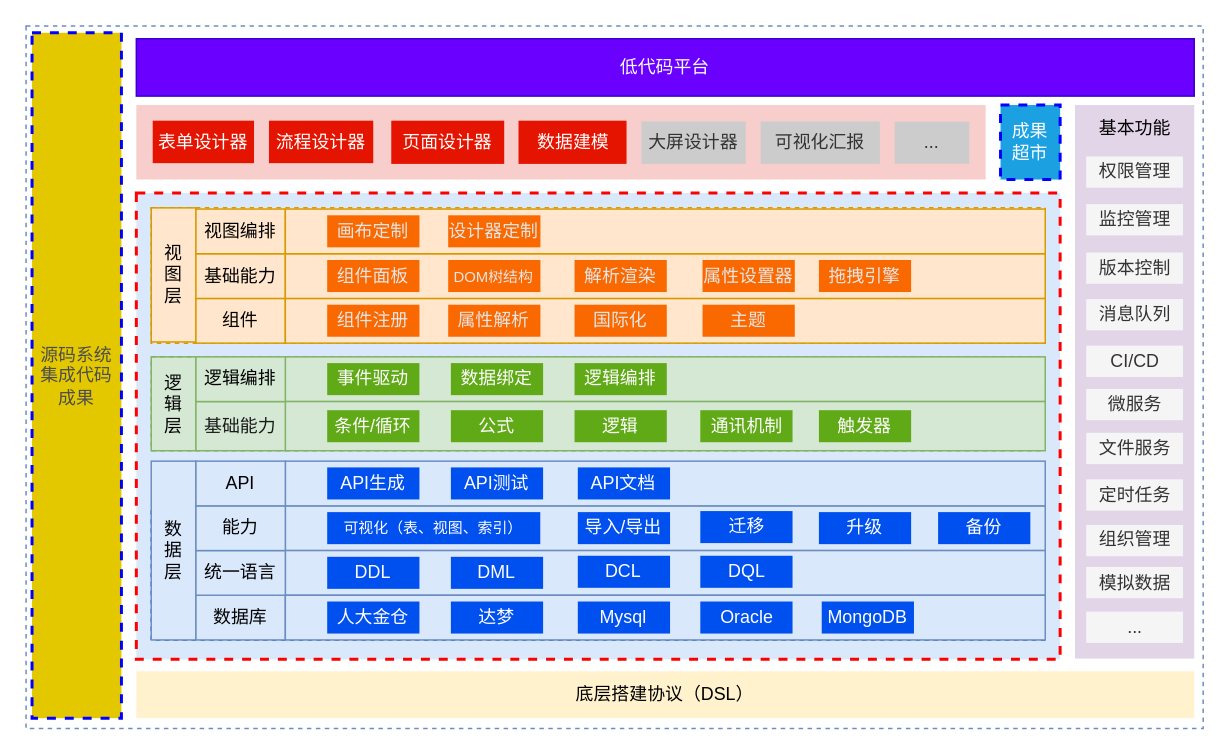
Before: 低代码—泳道图—研究内容.drawio in tangyaosimida/love, a draw.io diagram. Source tidied: cells renumbered, new cells numbered last; positions are measured from the earlier drawing's top-left corner, leaving out a move shared by most shapes. Both pictures are drawn from the tidied source at 149%, with x=0, y=0 at pixel (25, 25).
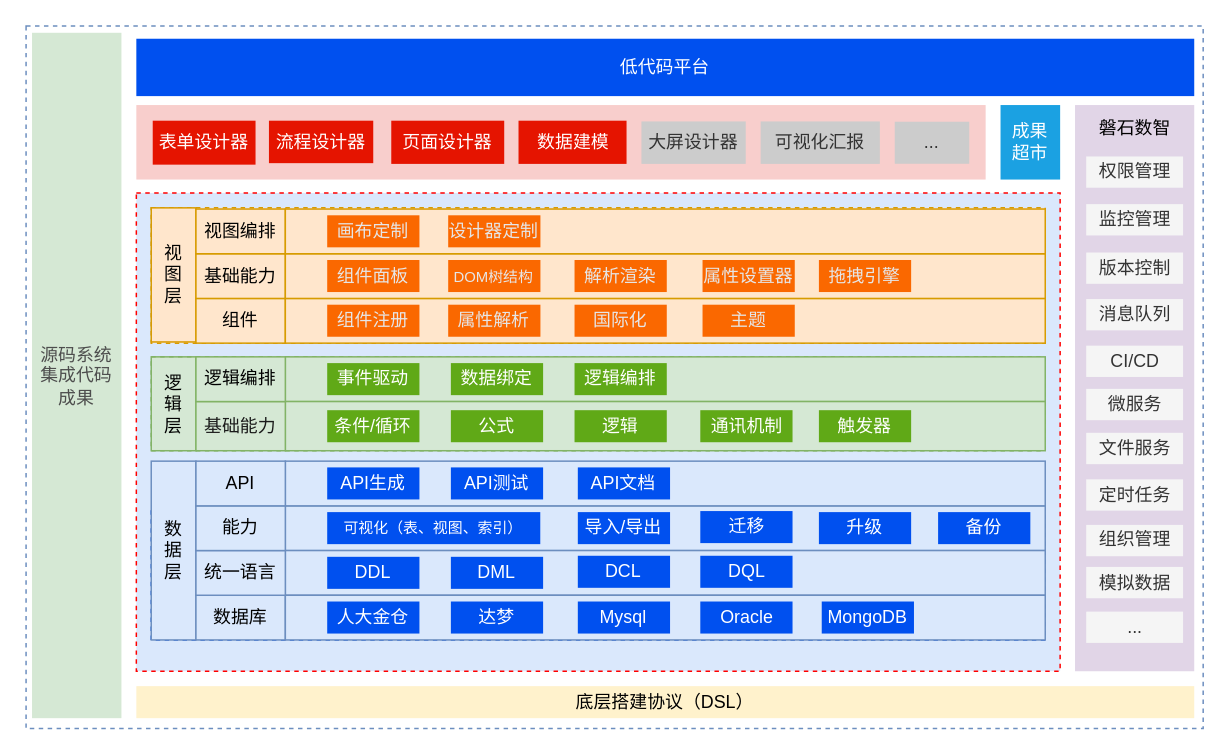
The same diagram, later.

Commit message (it also covers changes not shown here):
更新低代码—泳道图—研究内容.drawio

Diff of the diagram source:
```diff
@@
-    <mxCell id="3" style="rounded=0;whiteSpace=wrap;html=1;fillColor=#dae8fc;strokeColor=#FF0000;dashed=1;strokeWidth=2;" parent="1" vertex="1">
-      <mxGeometry x="74" y="112" width="620" height="313" as="geometry" />
+    <mxCell id="3" style="rounded=0;whiteSpace=wrap;html=1;fillColor=#dae8fc;strokeColor=#FF0000;dashed=1;strokeWidth=1;" parent="1" vertex="1">
+      <mxGeometry x="74" y="112" width="620" height="321" as="geometry" />
     </mxCell>
@@
     <mxCell id="5" style="rounded=0;whiteSpace=wrap;html=1;strokeWidth=1;strokeColor=none;fillColor=#e1d5e7;" parent="1" vertex="1">
-      <mxGeometry x="704" y="53" width="80" height="371.5" as="geometry" />
+      <mxGeometry x="704" y="53" width="80" height="380" as="geometry" />
     </mxCell>
-    <mxCell id="6" value="低代码平台" style="rounded=0;whiteSpace=wrap;html=1;fillColor=#6a00ff;fontColor=#ffffff;strokeColor=#3700CC;" parent="1" vertex="1">
+    <mxCell id="6" value="低代码平台" style="rounded=0;whiteSpace=wrap;html=1;fillColor=#0050ef;fontColor=#ffffff;strokeColor=none;" parent="1" vertex="1">
       <mxGeometry x="74" y="8.5" width="710" height="38.5" as="geometry" />
     </mxCell>
     <mxCell id="7" value="底层搭建协议（DSL）" style="rounded=0;whiteSpace=wrap;html=1;fillColor=#fff2cc;strokeColor=none;" parent="1" vertex="1">
-      <mxGeometry x="74" y="433" width="710" height="31.5" as="geometry" />
+      <mxGeometry x="74" y="443" width="710" height="21.5" as="geometry" />
     </mxCell>
-    <mxCell id="8" value="成果&lt;div&gt;超市&lt;/div&gt;" style="rounded=0;whiteSpace=wrap;html=1;fillColor=#1ba1e2;strokeColor=#0000FF;fontColor=#ffffff;dashed=1;strokeWidth=2;" parent="1" vertex="1">
+    <mxCell id="8" value="成果&lt;div&gt;超市&lt;/div&gt;" style="rounded=0;whiteSpace=wrap;html=1;fillColor=#1ba1e2;strokeColor=none;fontColor=#ffffff;dashed=1;strokeWidth=2;" parent="1" vertex="1">
       <mxGeometry x="654" y="53" width="40" height="50" as="geometry" />
     </mxCell>
@@
-    <mxCell id="10" value="基本功能" style="text;html=1;align=center;verticalAlign=middle;whiteSpace=wrap;rounded=0;" parent="1" vertex="1">
+    <mxCell id="10" value="磐石数智" style="text;html=1;align=center;verticalAlign=middle;whiteSpace=wrap;rounded=0;" parent="1" vertex="1">
       <mxGeometry x="711.5" y="59.5" width="65" height="18.5" as="geometry" />
     </mxCell>
@@
     <mxCell id="16" value="表单设计器" style="rounded=0;whiteSpace=wrap;html=1;fillColor=#e51400;fontColor=#ffffff;strokeColor=none;" parent="1" vertex="1">
-      <mxGeometry x="85" y="63.5" width="68" height="28.5" as="geometry" />
+      <mxGeometry x="85" y="63.5" width="69" height="29.5" as="geometry" />
     </mxCell>
@@
-    <mxCell id="19" value="&lt;font color=&quot;#4d4d4d&quot;&gt;源码系统集成代码成果&lt;/font&gt;" style="rounded=0;whiteSpace=wrap;html=1;fillColor=#e3c800;strokeColor=#0000FF;fontColor=#000000;dashed=1;strokeWidth=2;" parent="1" vertex="1">
+    <mxCell id="19" value="&lt;font color=&quot;#4d4d4d&quot;&gt;源码系统集成代码成果&lt;/font&gt;" style="rounded=0;whiteSpace=wrap;html=1;fillColor=#d5e8d4;strokeColor=none;dashed=1;strokeWidth=2;" parent="1" vertex="1">
       <mxGeometry x="4" y="4.5" width="60" height="460" as="geometry" />
     </mxCell>
```
